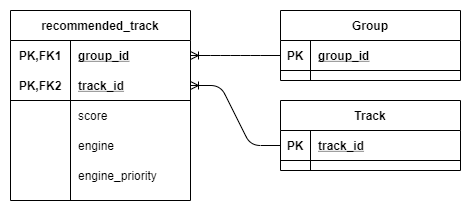
Before: docs/assets/images/Recofinement_recommended_for_group_table.png, a diagram exported from draw.io (RomainCtl/RecoFinement). Source tidied: cells renumbered, new cells last; positions are measured from the earlier drawing's top-left corner, leaving out a move shared by most shapes.
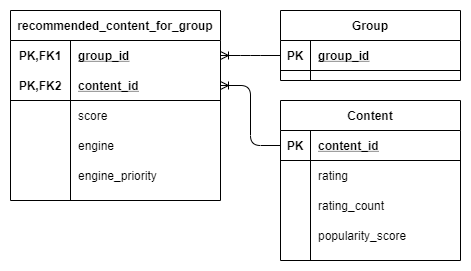
After the commit.

Diff of the diagram source:
```diff
@@ -20,65 +20,92 @@
     <mxCell id="7" value="group_id" style="shape=partialRectangle;fillColor=none;top=0;left=0;bottom=0;right=0;align=left;spacingLeft=6;fontStyle=5;overflow=hidden;" parent="5" vertex="1">
       <mxGeometry x="30" width="150" height="30" as="geometry" />
     </mxCell>
-    <mxCell id="8" value="recommended_track" style="shape=table;startSize=30;rowLines=0;fontStyle=1;align=center;" parent="1" vertex="1">
-      <mxGeometry width="180" height="190" as="geometry" />
+    <mxCell id="8" value="recommended_content_for_group" style="shape=table;startSize=30;rowLines=0;fontStyle=1;align=center;" parent="1" vertex="1">
+      <mxGeometry width="210" height="190" as="geometry" />
     </mxCell>
     <mxCell id="9" style="shape=partialRectangle;fillColor=none;top=0;left=0;bottom=0;right=0;points=[[0,0.5],[1,0.5]];portConstraint=eastwest;" parent="8" vertex="1">
-      <mxGeometry y="30" width="180" height="30" as="geometry" />
+      <mxGeometry y="30" width="210" height="30" as="geometry" />
     </mxCell>
     <mxCell id="10" value="PK,FK1" style="shape=partialRectangle;fillColor=none;top=0;left=0;bottom=0;right=0;fontStyle=1;overflow=hidden;" parent="9" vertex="1">
       <mxGeometry width="60" height="30" as="geometry" />
     </mxCell>
     <mxCell id="11" value="group_id" style="shape=partialRectangle;fillColor=none;top=0;left=0;bottom=0;right=0;align=left;spacingLeft=6;fontStyle=5;overflow=hidden;" parent="9" vertex="1">
-      <mxGeometry x="60" width="120" height="30" as="geometry" />
+      <mxGeometry x="60" width="150" height="30" as="geometry" />
     </mxCell>
     <mxCell id="12" style="shape=partialRectangle;fillColor=none;top=0;left=0;bottom=1;right=0;points=[[0,0.5],[1,0.5]];portConstraint=eastwest;" parent="8" vertex="1">
-      <mxGeometry y="60" width="180" height="30" as="geometry" />
+      <mxGeometry y="60" width="210" height="30" as="geometry" />
     </mxCell>
     <mxCell id="13" value="PK,FK2" style="shape=partialRectangle;fillColor=none;top=0;left=0;bottom=0;right=0;fontStyle=1;overflow=hidden;" parent="12" vertex="1">
       <mxGeometry width="60" height="30" as="geometry" />
     </mxCell>
-    <mxCell id="14" value="track_id" style="shape=partialRectangle;fillColor=none;top=0;left=0;bottom=0;right=0;align=left;spacingLeft=6;fontStyle=5;overflow=hidden;" parent="12" vertex="1">
-      <mxGeometry x="60" width="120" height="30" as="geometry" />
+    <mxCell id="14" value="content_id" style="shape=partialRectangle;fillColor=none;top=0;left=0;bottom=0;right=0;align=left;spacingLeft=6;fontStyle=5;overflow=hidden;" parent="12" vertex="1">
+      <mxGeometry x="60" width="150" height="30" as="geometry" />
     </mxCell>
     <mxCell id="15" style="shape=partialRectangle;fillColor=none;top=0;left=0;bottom=0;right=0;" parent="8" vertex="1">
-      <mxGeometry y="90" width="180" height="30" as="geometry" />
+      <mxGeometry y="90" width="210" height="30" as="geometry" />
     </mxCell>
     <mxCell id="16" style="shape=partialRectangle;fillColor=none;top=0;left=0;bottom=0;right=0;overflow=hidden;" parent="15" vertex="1">
       <mxGeometry width="60" height="30" as="geometry" />
     </mxCell>
     <mxCell id="17" value="score" style="shape=partialRectangle;fillColor=none;top=0;left=0;bottom=0;right=0;align=left;spacingLeft=6;overflow=hidden;" parent="15" vertex="1">
-      <mxGeometry x="60" width="120" height="30" as="geometry" />
+      <mxGeometry x="60" width="150" height="30" as="geometry" />
     </mxCell>
     <mxCell id="18" style="shape=partialRectangle;fillColor=none;top=0;left=0;bottom=0;right=0;" parent="8" vertex="1">
-      <mxGeometry y="120" width="180" height="30" as="geometry" />
+      <mxGeometry y="120" width="210" height="30" as="geometry" />
     </mxCell>
     <mxCell id="19" style="shape=partialRectangle;fillColor=none;top=0;left=0;bottom=0;right=0;overflow=hidden;" parent="18" vertex="1">
       <mxGeometry width="60" height="30" as="geometry" />
     </mxCell>
     <mxCell id="20" value="engine" style="shape=partialRectangle;fillColor=none;top=0;left=0;bottom=0;right=0;align=left;spacingLeft=6;overflow=hidden;" parent="18" vertex="1">
-      <mxGeometry x="60" width="120" height="30" as="geometry" />
+      <mxGeometry x="60" width="150" height="30" as="geometry" />
     </mxCell>
     <mxCell id="21" style="shape=partialRectangle;fillColor=none;top=0;left=0;bottom=0;right=0;" parent="8" vertex="1">
-      <mxGeometry y="150" width="180" height="30" as="geometry" />
+      <mxGeometry y="150" width="210" height="30" as="geometry" />
     </mxCell>
     <mxCell id="22" style="shape=partialRectangle;fillColor=none;top=0;left=0;bottom=0;right=0;overflow=hidden;" parent="21" vertex="1">
       <mxGeometry width="60" height="30" as="geometry" />
     </mxCell>
     <mxCell id="23" value="engine_priority" style="shape=partialRectangle;fillColor=none;top=0;left=0;bottom=0;right=0;align=left;spacingLeft=6;overflow=hidden;" parent="21" vertex="1">
-      <mxGeometry x="60" width="120" height="30" as="geometry" />
+      <mxGeometry x="60" width="150" height="30" as="geometry" />
     </mxCell>
-    <mxCell id="24" value="Track" style="shape=table;startSize=30;rowLines=0;fontStyle=1;align=center;" parent="1" vertex="1">
-      <mxGeometry x="270" y="90" width="180" height="70" as="geometry" />
-    </mxCell>
+    <mxCell id="28" value="Content" style="shape=table;startSize=30;rowLines=0;fontStyle=1;align=center;" parent="1" vertex="1">
+      <mxGeometry x="270" y="90" width="180" height="160" as="geometry" />
+    </mxCell>
-    <mxCell id="25" style="shape=partialRectangle;fillColor=none;top=0;left=0;bottom=1;right=0;points=[[0,0.5],[1,0.5]];portConstraint=eastwest;" parent="24" vertex="1">
+    <mxCell id="25" style="shape=partialRectangle;fillColor=none;top=0;left=0;bottom=1;right=0;points=[[0,0.5],[1,0.5]];portConstraint=eastwest;" parent="28" vertex="1">
       <mxGeometry y="30" width="180" height="30" as="geometry" />
     </mxCell>
     <mxCell id="26" value="PK" style="shape=partialRectangle;fillColor=none;top=0;left=0;bottom=0;right=0;fontStyle=1;overflow=hidden;" parent="25" vertex="1">
       <mxGeometry width="30" height="30" as="geometry" />
     </mxCell>
-    <mxCell id="27" value="track_id" style="shape=partialRectangle;fillColor=none;top=0;left=0;bottom=0;right=0;align=left;spacingLeft=6;fontStyle=5;overflow=hidden;" parent="25" vertex="1">
-      <mxGeometry x="30" width="150" height="30" as="geometry" />
-    </mxCell>
+    <mxCell id="29" value="content_id" style="shape=partialRectangle;fillColor=none;top=0;left=0;bottom=0;right=0;align=left;spacingLeft=6;fontStyle=5;overflow=hidden;" parent="25" vertex="1">
+      <mxGeometry x="30" width="150" height="30" as="geometry" />
+    </mxCell>
+    <mxCell id="30" style="shape=partialRectangle;fillColor=none;top=0;left=0;bottom=0;right=0;" parent="28" vertex="1">
+      <mxGeometry y="60" width="180" height="30" as="geometry" />
+    </mxCell>
+    <mxCell id="31" style="shape=partialRectangle;fillColor=none;top=0;left=0;bottom=0;right=0;overflow=hidden;" parent="30" vertex="1">
+      <mxGeometry width="30" height="30" as="geometry" />
+    </mxCell>
+    <mxCell id="32" value="rating" style="shape=partialRectangle;fillColor=none;top=0;left=0;bottom=0;right=0;align=left;spacingLeft=6;overflow=hidden;" parent="30" vertex="1">
+      <mxGeometry x="30" width="150" height="30" as="geometry" />
+    </mxCell>
+    <mxCell id="33" style="shape=partialRectangle;fillColor=none;top=0;left=0;bottom=0;right=0;" parent="28" vertex="1">
+      <mxGeometry y="90" width="180" height="30" as="geometry" />
+    </mxCell>
+    <mxCell id="34" style="shape=partialRectangle;fillColor=none;top=0;left=0;bottom=0;right=0;overflow=hidden;" parent="33" vertex="1">
+      <mxGeometry width="30" height="30" as="geometry" />
+    </mxCell>
+    <mxCell id="35" value="rating_count" style="shape=partialRectangle;fillColor=none;top=0;left=0;bottom=0;right=0;align=left;spacingLeft=6;overflow=hidden;" parent="33" vertex="1">
+      <mxGeometry x="30" width="150" height="30" as="geometry" />
+    </mxCell>
+    <mxCell id="36" style="shape=partialRectangle;fillColor=none;top=0;left=0;bottom=0;right=0;" parent="28" vertex="1">
+      <mxGeometry y="120" width="180" height="30" as="geometry" />
+    </mxCell>
+    <mxCell id="37" style="shape=partialRectangle;fillColor=none;top=0;left=0;bottom=0;right=0;overflow=hidden;" parent="36" vertex="1">
+      <mxGeometry width="30" height="30" as="geometry" />
+    </mxCell>
+    <mxCell id="38" value="popularity_score" style="shape=partialRectangle;fillColor=none;top=0;left=0;bottom=0;right=0;align=left;spacingLeft=6;overflow=hidden;" parent="36" vertex="1">
+      <mxGeometry x="30" width="150" height="30" as="geometry" />
+    </mxCell>
   </root>
 </mxGraphModel>
```
